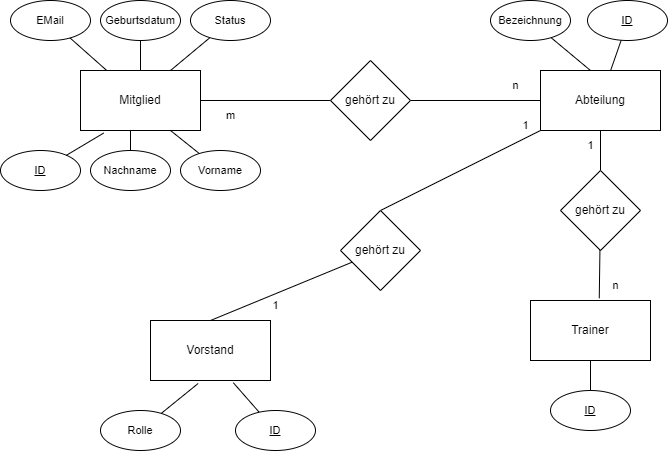
Above: 00Informatik/Access/01Verein/ERSchema.png in Hi2272/Hi2272.github.io (draw.io), before the change. Source tidied: cells renumbered, new cells last; positions are measured from the earlier drawing's top-left corner, leaving out a move shared by most shapes. Source of this version:
```xml
<mxGraphModel>
  <root>
    <mxCell id="0" />
    <mxCell id="1" parent="0" />
    <mxCell id="2" style="edgeStyle=orthogonalEdgeStyle;rounded=0;jettySize=auto;html=1;endArrow=none;endFill=0;" parent="1" edge="1" source="3" target="8">
      <mxGeometry relative="1" as="geometry" />
    </mxCell>
    <mxCell id="3" value="Mitglied" style="rounded=0;whiteSpace=wrap;html=1;" parent="1" vertex="1">
      <mxGeometry x="80" y="70" width="120" height="60" as="geometry" />
    </mxCell>
    <mxCell id="4" style="edgeStyle=none;shape=connector;rounded=0;jettySize=auto;html=1;entryX=0.5;entryY=0;entryDx=0;entryDy=0;strokeColor=default;align=center;verticalAlign=middle;fontFamily=Helvetica;fontSize=11;fontColor=default;labelBackgroundColor=default;endArrow=none;endFill=0;" parent="1" edge="1" source="6" target="35">
      <mxGeometry relative="1" as="geometry" />
    </mxCell>
    <mxCell id="5" style="edgeStyle=none;shape=connector;rounded=0;jettySize=auto;html=1;entryX=0.5;entryY=0;entryDx=0;entryDy=0;strokeColor=default;align=center;verticalAlign=middle;fontFamily=Helvetica;fontSize=11;fontColor=default;labelBackgroundColor=default;endArrow=none;endFill=0;" parent="1" edge="1" source="6" target="38">
      <mxGeometry relative="1" as="geometry" />
    </mxCell>
    <mxCell id="6" value="Abteilung" style="rounded=0;whiteSpace=wrap;html=1;" parent="1" vertex="1">
      <mxGeometry x="540" y="70" width="120" height="60" as="geometry" />
    </mxCell>
    <mxCell id="7" style="edgeStyle=orthogonalEdgeStyle;shape=connector;rounded=0;jettySize=auto;html=1;entryX=0;entryY=0.5;entryDx=0;entryDy=0;strokeColor=default;align=center;verticalAlign=middle;fontFamily=Helvetica;fontSize=11;fontColor=default;labelBackgroundColor=default;endArrow=none;endFill=0;" parent="1" edge="1" source="8" target="6">
      <mxGeometry relative="1" as="geometry" />
    </mxCell>
    <mxCell id="8" value="gehört zu" style="rhombus;whiteSpace=wrap;html=1;" parent="1" vertex="1">
      <mxGeometry x="330" y="60" width="80" height="80" as="geometry" />
    </mxCell>
    <mxCell id="9" value="n" style="text;html=1;align=center;verticalAlign=middle;strokeColor=none;fillColor=none;fontFamily=Helvetica;fontSize=11;fontColor=default;labelBackgroundColor=default;" parent="1" vertex="1">
      <mxGeometry x="500" y="70" width="30" height="30" as="geometry" />
    </mxCell>
    <mxCell id="10" value="m" style="text;html=1;align=center;verticalAlign=middle;strokeColor=none;fillColor=none;fontFamily=Helvetica;fontSize=11;fontColor=default;labelBackgroundColor=default;" parent="1" vertex="1">
      <mxGeometry x="215" y="100" width="30" height="30" as="geometry" />
    </mxCell>
    <mxCell id="11" value="&lt;u&gt;ID&lt;/u&gt;" style="ellipse;whiteSpace=wrap;html=1;fontFamily=Helvetica;fontSize=11;fontColor=default;labelBackgroundColor=default;" parent="1" vertex="1">
      <mxGeometry y="150" width="80" height="40" as="geometry" />
    </mxCell>
    <mxCell id="12" style="shape=connector;rounded=0;jettySize=auto;html=1;entryX=0.193;entryY=1.043;entryDx=0;entryDy=0;entryPerimeter=0;strokeColor=default;align=center;verticalAlign=middle;fontFamily=Helvetica;fontSize=11;fontColor=default;labelBackgroundColor=default;endArrow=none;endFill=0;" parent="1" edge="1" source="11" target="3">
      <mxGeometry relative="1" as="geometry" />
    </mxCell>
    <mxCell id="13" style="edgeStyle=orthogonalEdgeStyle;shape=connector;rounded=0;jettySize=auto;html=1;entryX=0.5;entryY=1;entryDx=0;entryDy=0;strokeColor=default;align=center;verticalAlign=middle;fontFamily=Helvetica;fontSize=11;fontColor=default;labelBackgroundColor=default;endArrow=none;endFill=0;" parent="1" edge="1" source="14">
      <mxGeometry relative="1" as="geometry">
        <mxPoint x="130" y="130" as="targetPoint" />
      </mxGeometry>
    </mxCell>
    <mxCell id="14" value="Nachname" style="ellipse;whiteSpace=wrap;html=1;fontFamily=Helvetica;fontSize=11;fontColor=default;labelBackgroundColor=default;" parent="1" vertex="1">
      <mxGeometry x="90" y="150" width="80" height="40" as="geometry" />
    </mxCell>
    <mxCell id="15" style="shape=connector;rounded=0;jettySize=auto;html=1;entryX=0.75;entryY=1;entryDx=0;entryDy=0;strokeColor=default;align=center;verticalAlign=middle;fontFamily=Helvetica;fontSize=11;fontColor=default;labelBackgroundColor=default;endArrow=none;endFill=0;" parent="1" edge="1" source="16" target="3">
      <mxGeometry relative="1" as="geometry" />
    </mxCell>
    <mxCell id="16" value="Vorname" style="ellipse;whiteSpace=wrap;html=1;fontFamily=Helvetica;fontSize=11;fontColor=default;labelBackgroundColor=default;" parent="1" vertex="1">
      <mxGeometry x="180" y="150" width="80" height="40" as="geometry" />
    </mxCell>
    <mxCell id="17" style="edgeStyle=none;shape=connector;rounded=0;jettySize=auto;html=1;strokeColor=default;align=center;verticalAlign=middle;fontFamily=Helvetica;fontSize=11;fontColor=default;labelBackgroundColor=default;endArrow=none;endFill=0;" parent="1" edge="1" source="18" target="3">
      <mxGeometry relative="1" as="geometry" />
    </mxCell>
    <mxCell id="18" value="Geburtsdatum" style="ellipse;whiteSpace=wrap;html=1;fontFamily=Helvetica;fontSize=11;fontColor=default;labelBackgroundColor=default;" parent="1" vertex="1">
      <mxGeometry x="100" width="80" height="40" as="geometry" />
    </mxCell>
    <mxCell id="19" style="edgeStyle=none;shape=connector;rounded=0;jettySize=auto;html=1;strokeColor=default;align=center;verticalAlign=middle;fontFamily=Helvetica;fontSize=11;fontColor=default;labelBackgroundColor=default;endArrow=none;endFill=0;" parent="1" edge="1" source="20" target="3">
      <mxGeometry relative="1" as="geometry" />
    </mxCell>
    <mxCell id="20" value="EMail" style="ellipse;whiteSpace=wrap;html=1;fontFamily=Helvetica;fontSize=11;fontColor=default;labelBackgroundColor=default;" parent="1" vertex="1">
      <mxGeometry x="10" width="80" height="40" as="geometry" />
    </mxCell>
    <mxCell id="21" style="edgeStyle=none;shape=connector;rounded=0;jettySize=auto;html=1;entryX=0.75;entryY=0;entryDx=0;entryDy=0;strokeColor=default;align=center;verticalAlign=middle;fontFamily=Helvetica;fontSize=11;fontColor=default;labelBackgroundColor=default;endArrow=none;endFill=0;" parent="1" edge="1" source="22" target="3">
      <mxGeometry relative="1" as="geometry" />
    </mxCell>
    <mxCell id="22" value="Status" style="ellipse;whiteSpace=wrap;html=1;fontFamily=Helvetica;fontSize=11;fontColor=default;labelBackgroundColor=default;" parent="1" vertex="1">
      <mxGeometry x="190" width="80" height="40" as="geometry" />
    </mxCell>
    <mxCell id="23" value="Bezeichnung" style="ellipse;whiteSpace=wrap;html=1;fontFamily=Helvetica;fontSize=11;fontColor=default;labelBackgroundColor=default;" parent="1" vertex="1">
      <mxGeometry x="490" width="80" height="40" as="geometry" />
    </mxCell>
    <mxCell id="24" style="edgeStyle=none;shape=connector;rounded=0;jettySize=auto;html=1;strokeColor=default;align=center;verticalAlign=middle;fontFamily=Helvetica;fontSize=11;fontColor=default;labelBackgroundColor=default;endArrow=none;endFill=0;" parent="1" edge="1" source="23">
      <mxGeometry relative="1" as="geometry">
        <mxPoint x="590" y="70" as="targetPoint" />
      </mxGeometry>
    </mxCell>
    <mxCell id="25" value="Trainer" style="rounded=0;whiteSpace=wrap;html=1;" parent="1" vertex="1">
      <mxGeometry x="530" y="300" width="120" height="60" as="geometry" />
    </mxCell>
    <mxCell id="26" value="&lt;u&gt;ID&lt;/u&gt;" style="ellipse;whiteSpace=wrap;html=1;fontFamily=Helvetica;fontSize=11;fontColor=default;labelBackgroundColor=default;" parent="1" vertex="1">
      <mxGeometry x="550" y="390" width="80" height="40" as="geometry" />
    </mxCell>
    <mxCell id="27" style="edgeStyle=none;shape=connector;rounded=0;jettySize=auto;html=1;entryX=0.5;entryY=1;entryDx=0;entryDy=0;strokeColor=default;align=center;verticalAlign=middle;fontFamily=Helvetica;fontSize=11;fontColor=default;labelBackgroundColor=default;endArrow=none;endFill=0;" parent="1" edge="1" source="26" target="25">
      <mxGeometry relative="1" as="geometry" />
    </mxCell>
    <mxCell id="28" value="Vorstand" style="rounded=0;whiteSpace=wrap;html=1;" parent="1" vertex="1">
      <mxGeometry x="150" y="320" width="120" height="60" as="geometry" />
    </mxCell>
    <mxCell id="29" style="edgeStyle=none;shape=connector;rounded=0;jettySize=auto;html=1;strokeColor=default;align=center;verticalAlign=middle;fontFamily=Helvetica;fontSize=11;fontColor=default;labelBackgroundColor=default;endArrow=none;endFill=0;" parent="1" edge="1" source="30" target="6">
      <mxGeometry relative="1" as="geometry" />
    </mxCell>
    <mxCell id="30" value="&lt;u&gt;ID&lt;/u&gt;" style="ellipse;whiteSpace=wrap;html=1;fontFamily=Helvetica;fontSize=11;fontColor=default;labelBackgroundColor=default;" parent="1" vertex="1">
      <mxGeometry x="587" width="80" height="40" as="geometry" />
    </mxCell>
    <mxCell id="31" style="edgeStyle=none;shape=connector;rounded=0;jettySize=auto;html=1;entryX=0.69;entryY=1.037;entryDx=0;entryDy=0;strokeColor=default;align=center;verticalAlign=middle;fontFamily=Helvetica;fontSize=11;fontColor=default;labelBackgroundColor=default;endArrow=none;endFill=0;entryPerimeter=0;" parent="1" edge="1" source="32" target="28">
      <mxGeometry relative="1" as="geometry" />
    </mxCell>
    <mxCell id="32" value="&lt;u&gt;ID&lt;/u&gt;" style="ellipse;whiteSpace=wrap;html=1;fontFamily=Helvetica;fontSize=11;fontColor=default;labelBackgroundColor=default;" parent="1" vertex="1">
      <mxGeometry x="235" y="410" width="80" height="40" as="geometry" />
    </mxCell>
    <mxCell id="33" value="Rolle" style="ellipse;whiteSpace=wrap;html=1;fontFamily=Helvetica;fontSize=11;fontColor=default;labelBackgroundColor=default;" parent="1" vertex="1">
      <mxGeometry x="100" y="410" width="80" height="40" as="geometry" />
    </mxCell>
    <mxCell id="34" style="edgeStyle=none;shape=connector;rounded=0;jettySize=auto;html=1;entryX=0.397;entryY=1.05;entryDx=0;entryDy=0;entryPerimeter=0;strokeColor=default;align=center;verticalAlign=middle;fontFamily=Helvetica;fontSize=11;fontColor=default;labelBackgroundColor=default;endArrow=none;endFill=0;" parent="1" edge="1" source="33" target="28">
      <mxGeometry relative="1" as="geometry" />
    </mxCell>
    <mxCell id="35" value="gehört zu" style="rhombus;whiteSpace=wrap;html=1;" parent="1" vertex="1">
      <mxGeometry x="560" y="170" width="80" height="80" as="geometry" />
    </mxCell>
    <mxCell id="36" style="edgeStyle=none;shape=connector;rounded=0;jettySize=auto;html=1;entryX=0.573;entryY=-0.037;entryDx=0;entryDy=0;entryPerimeter=0;strokeColor=default;align=center;verticalAlign=middle;fontFamily=Helvetica;fontSize=11;fontColor=default;labelBackgroundColor=default;endArrow=none;endFill=0;" parent="1" edge="1" source="35" target="25">
      <mxGeometry relative="1" as="geometry" />
    </mxCell>
    <mxCell id="37" style="edgeStyle=none;shape=connector;rounded=0;jettySize=auto;html=1;entryX=0.5;entryY=0;entryDx=0;entryDy=0;strokeColor=default;align=center;verticalAlign=middle;fontFamily=Helvetica;fontSize=11;fontColor=default;labelBackgroundColor=default;endArrow=none;endFill=0;" parent="1" edge="1" source="38" target="28">
      <mxGeometry relative="1" as="geometry" />
    </mxCell>
    <mxCell id="38" value="gehört zu" style="rhombus;whiteSpace=wrap;html=1;" parent="1" vertex="1">
      <mxGeometry x="340" y="210" width="80" height="80" as="geometry" />
    </mxCell>
    <mxCell id="39" value="1" style="text;html=1;align=center;verticalAlign=middle;strokeColor=none;fillColor=none;fontFamily=Helvetica;fontSize=11;fontColor=default;labelBackgroundColor=default;" parent="1" vertex="1">
      <mxGeometry x="510" y="110" width="30" height="30" as="geometry" />
    </mxCell>
    <mxCell id="40" value="1" style="text;html=1;align=center;verticalAlign=middle;strokeColor=none;fillColor=none;fontFamily=Helvetica;fontSize=11;fontColor=default;labelBackgroundColor=default;" parent="1" vertex="1">
      <mxGeometry x="260" y="290" width="30" height="30" as="geometry" />
    </mxCell>
    <mxCell id="41" value="1" style="text;html=1;align=center;verticalAlign=middle;strokeColor=none;fillColor=none;fontFamily=Helvetica;fontSize=11;fontColor=default;labelBackgroundColor=default;" parent="1" vertex="1">
      <mxGeometry x="575" y="130" width="30" height="30" as="geometry" />
    </mxCell>
    <mxCell id="42" value="n" style="text;html=1;align=center;verticalAlign=middle;strokeColor=none;fillColor=none;fontFamily=Helvetica;fontSize=11;fontColor=default;labelBackgroundColor=default;" parent="1" vertex="1">
      <mxGeometry x="600" y="270" width="30" height="30" as="geometry" />
    </mxCell>
  </root>
</mxGraphModel>
```
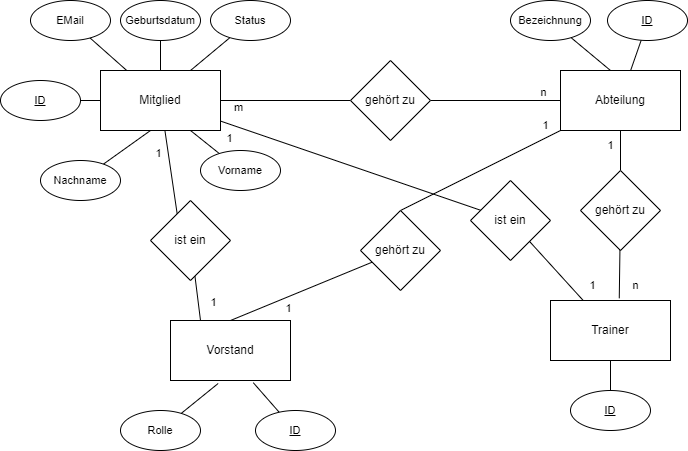
Above is the later version.

Commit message:
Schema erneuert

The edit, as a diff of the source:
```diff
@@ -5,6 +5,9 @@
     <mxCell id="2" style="edgeStyle=orthogonalEdgeStyle;rounded=0;jettySize=auto;html=1;endArrow=none;endFill=0;" parent="1" edge="1" source="3" target="8">
       <mxGeometry relative="1" as="geometry" />
     </mxCell>
+    <mxCell id="43" style="rounded=0;jettySize=auto;html=1;entryX=0.25;entryY=0;entryDx=0;entryDy=0;endArrow=none;endFill=0;" parent="1" edge="1" source="46" target="28">
+      <mxGeometry relative="1" as="geometry" />
+    </mxCell>
     <mxCell id="3" value="Mitglied" style="rounded=0;whiteSpace=wrap;html=1;" parent="1" vertex="1">
       <mxGeometry x="80" y="70" width="120" height="60" as="geometry" />
     </mxCell>
@@ -24,24 +27,24 @@
       <mxGeometry x="330" y="60" width="80" height="80" as="geometry" />
     </mxCell>
     <mxCell id="9" value="n" style="text;html=1;align=center;verticalAlign=middle;strokeColor=none;fillColor=none;fontFamily=Helvetica;fontSize=11;fontColor=default;labelBackgroundColor=default;" parent="1" vertex="1">
-      <mxGeometry x="500" y="70" width="30" height="30" as="geometry" />
+      <mxGeometry x="508" y="77" width="30" height="30" as="geometry" />
     </mxCell>
     <mxCell id="10" value="m" style="text;html=1;align=center;verticalAlign=middle;strokeColor=none;fillColor=none;fontFamily=Helvetica;fontSize=11;fontColor=default;labelBackgroundColor=default;" parent="1" vertex="1">
-      <mxGeometry x="215" y="100" width="30" height="30" as="geometry" />
+      <mxGeometry x="203" y="92" width="30" height="30" as="geometry" />
     </mxCell>
     <mxCell id="11" value="&lt;u&gt;ID&lt;/u&gt;" style="ellipse;whiteSpace=wrap;html=1;fontFamily=Helvetica;fontSize=11;fontColor=default;labelBackgroundColor=default;" parent="1" vertex="1">
-      <mxGeometry y="150" width="80" height="40" as="geometry" />
+      <mxGeometry x="-20" y="80" width="80" height="40" as="geometry" />
     </mxCell>
-    <mxCell id="12" style="shape=connector;rounded=0;jettySize=auto;html=1;entryX=0.193;entryY=1.043;entryDx=0;entryDy=0;entryPerimeter=0;strokeColor=default;align=center;verticalAlign=middle;fontFamily=Helvetica;fontSize=11;fontColor=default;labelBackgroundColor=default;endArrow=none;endFill=0;" parent="1" edge="1" source="11" target="3">
+    <mxCell id="12" style="shape=connector;rounded=0;jettySize=auto;html=1;entryX=0;entryY=0.5;entryDx=0;entryDy=0;strokeColor=default;align=center;verticalAlign=middle;fontFamily=Helvetica;fontSize=11;fontColor=default;labelBackgroundColor=default;endArrow=none;endFill=0;" parent="1" edge="1" source="11" target="3">
       <mxGeometry relative="1" as="geometry" />
     </mxCell>
-    <mxCell id="13" style="edgeStyle=orthogonalEdgeStyle;shape=connector;rounded=0;jettySize=auto;html=1;entryX=0.5;entryY=1;entryDx=0;entryDy=0;strokeColor=default;align=center;verticalAlign=middle;fontFamily=Helvetica;fontSize=11;fontColor=default;labelBackgroundColor=default;endArrow=none;endFill=0;" parent="1" edge="1" source="14">
+    <mxCell id="13" style="shape=connector;rounded=0;jettySize=auto;html=1;entryX=0.5;entryY=1;entryDx=0;entryDy=0;strokeColor=default;align=center;verticalAlign=middle;fontFamily=Helvetica;fontSize=11;fontColor=default;labelBackgroundColor=default;endArrow=none;endFill=0;" parent="1" edge="1" source="14">
       <mxGeometry relative="1" as="geometry">
         <mxPoint x="130" y="130" as="targetPoint" />
       </mxGeometry>
     </mxCell>
     <mxCell id="14" value="Nachname" style="ellipse;whiteSpace=wrap;html=1;fontFamily=Helvetica;fontSize=11;fontColor=default;labelBackgroundColor=default;" parent="1" vertex="1">
-      <mxGeometry x="90" y="150" width="80" height="40" as="geometry" />
+      <mxGeometry x="20" y="160" width="80" height="40" as="geometry" />
     </mxCell>
     <mxCell id="15" style="shape=connector;rounded=0;jettySize=auto;html=1;entryX=0.75;entryY=1;entryDx=0;entryDy=0;strokeColor=default;align=center;verticalAlign=middle;fontFamily=Helvetica;fontSize=11;fontColor=default;labelBackgroundColor=default;endArrow=none;endFill=0;" parent="1" edge="1" source="16" target="3">
       <mxGeometry relative="1" as="geometry" />
@@ -75,6 +78,9 @@
         <mxPoint x="590" y="70" as="targetPoint" />
       </mxGeometry>
     </mxCell>
+    <mxCell id="44" style="rounded=0;jettySize=auto;html=1;endArrow=none;endFill=0;" parent="1" edge="1" source="50" target="3">
+      <mxGeometry relative="1" as="geometry" />
+    </mxCell>
     <mxCell id="25" value="Trainer" style="rounded=0;whiteSpace=wrap;html=1;" parent="1" vertex="1">
       <mxGeometry x="530" y="300" width="120" height="60" as="geometry" />
     </mxCell>
@@ -121,7 +127,7 @@
       <mxGeometry x="510" y="110" width="30" height="30" as="geometry" />
     </mxCell>
     <mxCell id="40" value="1" style="text;html=1;align=center;verticalAlign=middle;strokeColor=none;fillColor=none;fontFamily=Helvetica;fontSize=11;fontColor=default;labelBackgroundColor=default;" parent="1" vertex="1">
-      <mxGeometry x="260" y="290" width="30" height="30" as="geometry" />
+      <mxGeometry x="253" y="293" width="30" height="30" as="geometry" />
     </mxCell>
     <mxCell id="41" value="1" style="text;html=1;align=center;verticalAlign=middle;strokeColor=none;fillColor=none;fontFamily=Helvetica;fontSize=11;fontColor=default;labelBackgroundColor=default;" parent="1" vertex="1">
       <mxGeometry x="575" y="130" width="30" height="30" as="geometry" />
@@ -129,5 +135,29 @@
     <mxCell id="42" value="n" style="text;html=1;align=center;verticalAlign=middle;strokeColor=none;fillColor=none;fontFamily=Helvetica;fontSize=11;fontColor=default;labelBackgroundColor=default;" parent="1" vertex="1">
       <mxGeometry x="600" y="270" width="30" height="30" as="geometry" />
     </mxCell>
+    <mxCell id="45" style="rounded=0;jettySize=auto;html=1;entryX=0.25;entryY=0;entryDx=0;entryDy=0;endArrow=none;endFill=0;" parent="1" edge="1" source="3" target="46">
+      <mxGeometry relative="1" as="geometry" />
+    </mxCell>
+    <mxCell id="46" value="ist ein" style="rhombus;whiteSpace=wrap;html=1;" parent="1" vertex="1">
+      <mxGeometry x="130" y="200" width="80" height="80" as="geometry" />
+    </mxCell>
+    <mxCell id="47" value="1" style="text;html=1;align=center;verticalAlign=middle;strokeColor=none;fillColor=none;fontFamily=Helvetica;fontSize=11;fontColor=default;labelBackgroundColor=default;" parent="1" vertex="1">
+      <mxGeometry x="178" y="287" width="30" height="30" as="geometry" />
+    </mxCell>
+    <mxCell id="48" value="1" style="text;html=1;align=center;verticalAlign=middle;strokeColor=none;fillColor=none;fontFamily=Helvetica;fontSize=11;fontColor=default;labelBackgroundColor=default;" parent="1" vertex="1">
+      <mxGeometry x="123" y="138" width="30" height="30" as="geometry" />
+    </mxCell>
+    <mxCell id="49" style="rounded=0;jettySize=auto;html=1;endArrow=none;endFill=0;" parent="1" edge="1" source="25" target="50">
+      <mxGeometry relative="1" as="geometry" />
+    </mxCell>
+    <mxCell id="50" value="ist ein" style="rhombus;whiteSpace=wrap;html=1;" parent="1" vertex="1">
+      <mxGeometry x="450" y="180" width="80" height="80" as="geometry" />
+    </mxCell>
+    <mxCell id="51" value="1" style="text;html=1;align=center;verticalAlign=middle;strokeColor=none;fillColor=none;fontFamily=Helvetica;fontSize=11;fontColor=default;labelBackgroundColor=default;" parent="1" vertex="1">
+      <mxGeometry x="194" y="123" width="30" height="30" as="geometry" />
+    </mxCell>
+    <mxCell id="52" value="1" style="text;html=1;align=center;verticalAlign=middle;strokeColor=none;fillColor=none;fontFamily=Helvetica;fontSize=11;fontColor=default;labelBackgroundColor=default;" parent="1" vertex="1">
+      <mxGeometry x="557" y="270" width="30" height="30" as="geometry" />
+    </mxCell>
   </root>
 </mxGraphModel>
```
